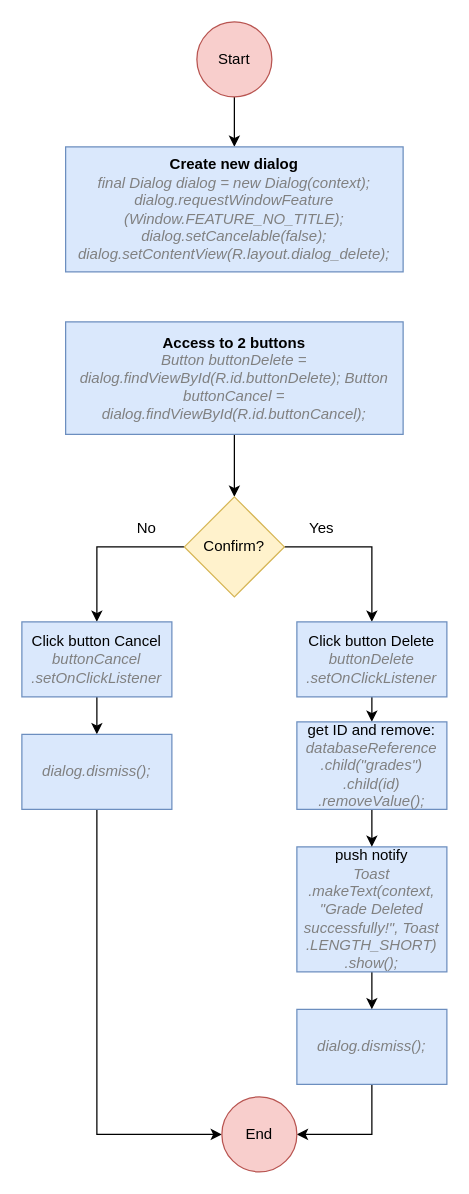
The draw.io diagram diagram/delete.drawio in minhnguyen1502/TutorKit, before the edit. Source tidied: cells renumbered, new cells numbered last; positions are measured from the earlier drawing's top-left corner, leaving out a move shared by most shapes. Both pictures are drawn from the tidied source at 125%, with x=0, y=0 at pixel (21, 21).
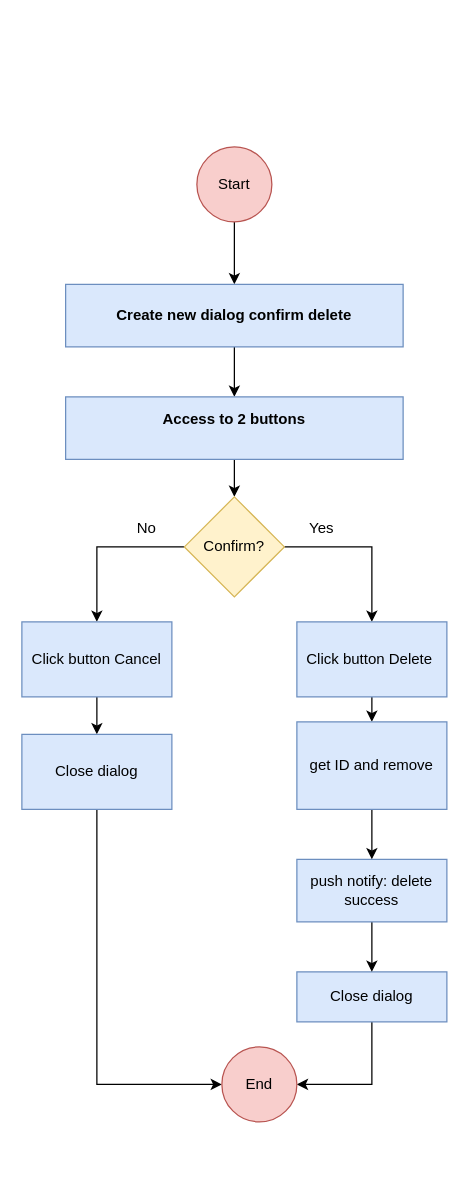
The same page after the edit.

Diff of the diagram source:
```diff
@@
     <mxCell id="3" value="Start" style="ellipse;whiteSpace=wrap;html=1;fillColor=#f8cecc;strokeColor=#b85450;" parent="1" vertex="1">
-      <mxGeometry x="140" width="60" height="60" as="geometry" />
+      <mxGeometry x="140" y="100" width="60" height="60" as="geometry" />
     </mxCell>
+    <mxCell id="25" style="edgeStyle=orthogonalEdgeStyle;rounded=0;jettySize=auto;html=1;" parent="1" edge="1" source="4" target="6">
+      <mxGeometry relative="1" as="geometry" />
+    </mxCell>
-    <mxCell id="4" value="&lt;b&gt;Create new dialog&lt;/b&gt;&lt;div style=&quot;line-height: 120%;&quot;&gt;&lt;font color=&quot;#808080&quot;&gt;&lt;i&gt;final Dialog dialog = new Dialog(context); dialog.requestWindowFeature&lt;/i&gt;&lt;/font&gt;&lt;/div&gt;&lt;div style=&quot;line-height: 120%;&quot;&gt;&lt;font color=&quot;#808080&quot;&gt;&lt;i&gt;(Window.FEATURE_NO_TITLE); dialog.setCancelable(false); dialog.setContentView(R.layout.dialog_delete);&lt;/i&gt;&lt;/font&gt;&lt;br&gt;&lt;/div&gt;" style="rounded=0;whiteSpace=wrap;html=1;fillColor=#dae8fc;strokeColor=#6c8ebf;" parent="1" vertex="1">
-      <mxGeometry x="35" y="100" width="270" height="100" as="geometry" />
+    <mxCell id="4" value="&lt;b&gt;Create new dialog confirm delete&lt;/b&gt;" style="rounded=0;whiteSpace=wrap;html=1;fillColor=#dae8fc;strokeColor=#6c8ebf;" parent="1" vertex="1">
+      <mxGeometry x="35" y="210" width="270" height="50" as="geometry" />
     </mxCell>
@@
-    <mxCell id="6" value="&lt;b&gt;Access to 2 buttons&lt;/b&gt;&lt;div&gt;&lt;font color=&quot;#808080&quot;&gt;&lt;i&gt;Button buttonDelete = dialog.findViewById(R.id.buttonDelete); Button buttonCancel = dialog.findViewById(R.id.buttonCancel);&lt;/i&gt;&lt;/font&gt;&lt;br&gt;&lt;/div&gt;" style="rounded=0;whiteSpace=wrap;html=1;fillColor=#dae8fc;strokeColor=#6c8ebf;" parent="1" vertex="1">
-      <mxGeometry x="35" y="240" width="270" height="90" as="geometry" />
+    <mxCell id="6" value="&lt;b&gt;Access to 2 buttons&lt;/b&gt;&lt;div&gt;&lt;br&gt;&lt;/div&gt;" style="rounded=0;whiteSpace=wrap;html=1;fillColor=#dae8fc;strokeColor=#6c8ebf;" parent="1" vertex="1">
+      <mxGeometry x="35" y="300" width="270" height="50" as="geometry" />
     </mxCell>
@@
-    <mxCell id="11" value="Click button Delete &lt;font color=&quot;#808080&quot;&gt;&lt;i&gt;buttonDelete .setOnClickListener&lt;/i&gt;&lt;/font&gt;" style="rounded=0;whiteSpace=wrap;html=1;fillColor=#dae8fc;strokeColor=#6c8ebf;" parent="1" vertex="1">
+    <mxCell id="11" value="Click button Delete&amp;nbsp;" style="rounded=0;whiteSpace=wrap;html=1;fillColor=#dae8fc;strokeColor=#6c8ebf;" parent="1" vertex="1">
       <mxGeometry x="220" y="480" width="120" height="60" as="geometry" />
     </mxCell>
@@
-    <mxCell id="13" value="Click button Cancel&lt;div&gt;&lt;font color=&quot;#808080&quot;&gt;&lt;i style=&quot;&quot;&gt;buttonCancel&lt;/i&gt;&lt;/font&gt;&lt;/div&gt;&lt;div&gt;&lt;font color=&quot;#808080&quot;&gt;&lt;i style=&quot;&quot;&gt;.setOnClickListener&lt;/i&gt;&lt;/font&gt;&lt;br&gt;&lt;/div&gt;" style="rounded=0;whiteSpace=wrap;html=1;fillColor=#dae8fc;strokeColor=#6c8ebf;" parent="1" vertex="1">
+    <mxCell id="13" value="Click button Cancel" style="rounded=0;whiteSpace=wrap;html=1;fillColor=#dae8fc;strokeColor=#6c8ebf;" parent="1" vertex="1">
       <mxGeometry y="480" width="120" height="60" as="geometry" />
     </mxCell>
@@
-    <mxCell id="17" value="&lt;div&gt;&lt;font color=&quot;#808080&quot;&gt;&lt;i&gt;dialog.dismiss();&lt;/i&gt;&lt;/font&gt;&lt;br&gt;&lt;/div&gt;" style="rounded=0;whiteSpace=wrap;html=1;fillColor=#dae8fc;strokeColor=#6c8ebf;" parent="1" vertex="1">
+    <mxCell id="17" value="Close dialog" style="rounded=0;whiteSpace=wrap;html=1;fillColor=#dae8fc;strokeColor=#6c8ebf;" parent="1" vertex="1">
       <mxGeometry y="570" width="120" height="60" as="geometry" />
     </mxCell>
@@
-    <mxCell id="19" value="&lt;div&gt;&lt;font color=&quot;#808080&quot;&gt;&lt;i&gt;dialog.dismiss();&lt;/i&gt;&lt;/font&gt;&lt;br&gt;&lt;/div&gt;" style="rounded=0;whiteSpace=wrap;html=1;fillColor=#dae8fc;strokeColor=#6c8ebf;" parent="1" vertex="1">
-      <mxGeometry x="220" y="790" width="120" height="60" as="geometry" />
+    <mxCell id="19" value="&lt;div&gt;Close dialog&lt;br&gt;&lt;/div&gt;" style="rounded=0;whiteSpace=wrap;html=1;fillColor=#dae8fc;strokeColor=#6c8ebf;" parent="1" vertex="1">
+      <mxGeometry x="220" y="760" width="120" height="40" as="geometry" />
     </mxCell>
@@
-    <mxCell id="21" value="&lt;div&gt;push notify&lt;/div&gt;&lt;div&gt;&lt;i&gt;&lt;font color=&quot;#808080&quot;&gt;Toast&lt;/font&gt;&lt;/i&gt;&lt;/div&gt;&lt;div&gt;&lt;i&gt;&lt;font color=&quot;#808080&quot;&gt;.makeText(context, &quot;Grade Deleted successfully!&quot;, Toast&lt;/font&gt;&lt;/i&gt;&lt;/div&gt;&lt;div&gt;&lt;i&gt;&lt;font color=&quot;#808080&quot;&gt;.LENGTH_SHORT)&lt;/font&gt;&lt;/i&gt;&lt;/div&gt;&lt;div&gt;&lt;i&gt;&lt;font color=&quot;#808080&quot;&gt;.show();&lt;/font&gt;&lt;/i&gt;&lt;br&gt;&lt;/div&gt;" style="rounded=0;whiteSpace=wrap;html=1;fillColor=#dae8fc;strokeColor=#6c8ebf;" parent="1" vertex="1">
-      <mxGeometry x="220" y="660" width="120" height="100" as="geometry" />
+    <mxCell id="21" value="&lt;div&gt;push notify: delete success&lt;/div&gt;" style="rounded=0;whiteSpace=wrap;html=1;fillColor=#dae8fc;strokeColor=#6c8ebf;" parent="1" vertex="1">
+      <mxGeometry x="220" y="670" width="120" height="50" as="geometry" />
     </mxCell>
@@
-    <mxCell id="23" value="&lt;div&gt;get ID and remove:&lt;/div&gt;&lt;div&gt;&lt;font color=&quot;#808080&quot;&gt;&lt;i&gt;databaseReference&lt;/i&gt;&lt;/font&gt;&lt;/div&gt;&lt;div&gt;&lt;font color=&quot;#808080&quot;&gt;&lt;i&gt;.child(&quot;grades&quot;)&lt;/i&gt;&lt;/font&gt;&lt;/div&gt;&lt;div&gt;&lt;font color=&quot;#808080&quot;&gt;&lt;i&gt;.child(id)&lt;/i&gt;&lt;/font&gt;&lt;/div&gt;&lt;div&gt;&lt;font color=&quot;#808080&quot;&gt;&lt;i&gt;.removeValue();&lt;/i&gt;&lt;/font&gt;&lt;br&gt;&lt;/div&gt;" style="rounded=0;whiteSpace=wrap;html=1;fillColor=#dae8fc;strokeColor=#6c8ebf;" parent="1" vertex="1">
+    <mxCell id="23" value="&lt;div&gt;get ID and remove&lt;/div&gt;" style="rounded=0;whiteSpace=wrap;html=1;fillColor=#dae8fc;strokeColor=#6c8ebf;" parent="1" vertex="1">
       <mxGeometry x="220" y="560" width="120" height="70" as="geometry" />
     </mxCell>
     <mxCell id="24" value="End" style="ellipse;whiteSpace=wrap;html=1;fillColor=#f8cecc;strokeColor=#b85450;" parent="1" vertex="1">
-      <mxGeometry x="160" y="860" width="60" height="60" as="geometry" />
+      <mxGeometry x="160" y="820" width="60" height="60" as="geometry" />
     </mxCell>
```
